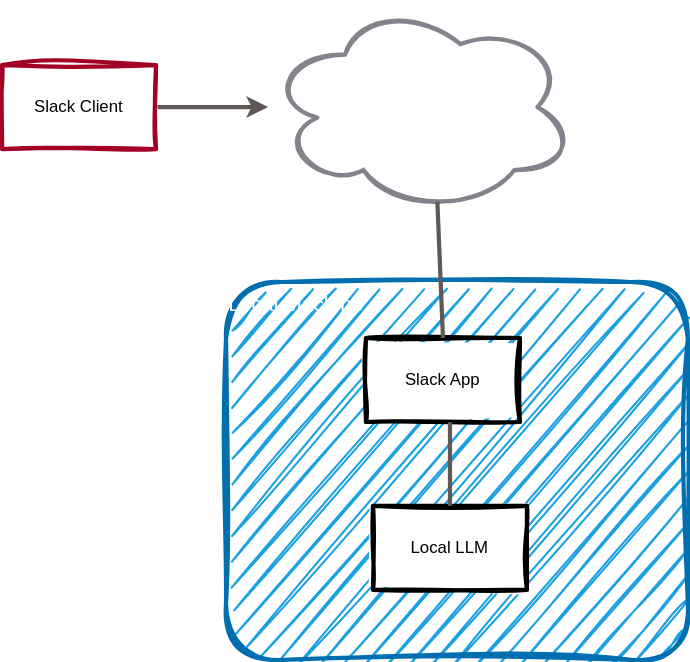
tillg/slack_ai keeps this draw.io diagram as overview.svg. Above is the earlier version. Source tidied: cells renumbered, new cells last; positions are measured from the earlier drawing's top-left corner, leaving out a move shared by most shapes. Source of this version:
```xml
<mxGraphModel>
  <root>
    <mxCell id="0" />
    <mxCell id="1" parent="0" />
    <mxCell id="2" value="Local Machine" style="rounded=1;whiteSpace=wrap;html=1;shadow=0;strokeColor=#006EAF;strokeWidth=3;align=left;verticalAlign=top;sketch=1;curveFitting=1;jiggle=2;fillColor=#1ba1e2;fontColor=#ffffff;fontSize=15;" parent="1" vertex="1">
      <mxGeometry x="160" y="200" width="330" height="270" as="geometry" />
    </mxCell>
    <mxCell id="3" style="edgeStyle=none;html=1;strokeColor=#605757;strokeWidth=3;" parent="1" edge="1" source="4" target="5">
      <mxGeometry relative="1" as="geometry" />
    </mxCell>
    <mxCell id="4" value="Slack Client" style="rounded=0;whiteSpace=wrap;html=1;strokeWidth=3;sketch=1;curveFitting=1;jiggle=2;strokeColor=#a20125;" parent="1" vertex="1">
      <mxGeometry y="45" width="110" height="60" as="geometry" />
    </mxCell>
    <mxCell id="5" style="ellipse;shape=cloud;whiteSpace=wrap;html=1;sketch=1;strokeColor=#85828c;strokeWidth=3;shadow=0;" parent="1" vertex="1">
      <mxGeometry x="190" width="220" height="150" as="geometry" />
    </mxCell>
    <mxCell id="6" value="Slack App" style="rounded=0;whiteSpace=wrap;html=1;strokeWidth=3;sketch=1;curveFitting=1;jiggle=2;" parent="1" vertex="1">
      <mxGeometry x="260" y="240" width="110" height="60" as="geometry" />
    </mxCell>
    <mxCell id="7" style="edgeStyle=none;html=1;strokeColor=#605757;strokeWidth=3;entryX=0.55;entryY=0.95;entryDx=0;entryDy=0;entryPerimeter=0;exitX=0.5;exitY=0;exitDx=0;exitDy=0;endArrow=none;endFill=0;" parent="1" edge="1" source="6" target="5">
      <mxGeometry relative="1" as="geometry" />
    </mxCell>
    <mxCell id="8" value="Local LLM" style="rounded=0;whiteSpace=wrap;html=1;strokeWidth=3;sketch=1;curveFitting=1;jiggle=2;" parent="1" vertex="1">
      <mxGeometry x="265" y="360" width="110" height="60" as="geometry" />
    </mxCell>
    <mxCell id="9" style="edgeStyle=none;html=1;strokeColor=#605757;strokeWidth=3;exitX=0.5;exitY=0;exitDx=0;exitDy=0;endArrow=none;endFill=0;" parent="1" edge="1" source="8">
      <mxGeometry relative="1" as="geometry">
        <mxPoint x="320" y="300" as="targetPoint" />
      </mxGeometry>
    </mxCell>
  </root>
</mxGraphModel>
```
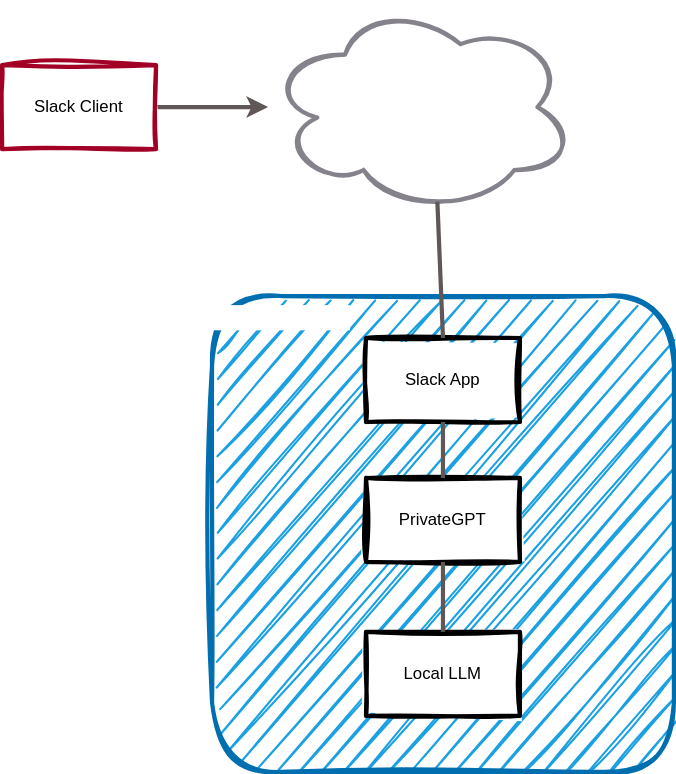
Later version of the same file.

Commit message:
Succesfully using PrivateGPT including searching in documents

Change to the diagram source:
```diff
@@ -2,8 +2,8 @@
   <root>
     <mxCell id="0" />
     <mxCell id="1" parent="0" />
-    <mxCell id="2" value="Local Machine" style="rounded=1;whiteSpace=wrap;html=1;shadow=0;strokeColor=#006EAF;strokeWidth=3;align=left;verticalAlign=top;sketch=1;curveFitting=1;jiggle=2;fillColor=#1ba1e2;fontColor=#ffffff;fontSize=15;" parent="1" vertex="1">
-      <mxGeometry x="160" y="200" width="330" height="270" as="geometry" />
+    <mxCell id="2" value="Local Machine" style="rounded=1;whiteSpace=wrap;html=1;shadow=0;strokeColor=#006EAF;strokeWidth=3;align=left;verticalAlign=top;sketch=1;curveFitting=1;jiggle=2;fillColor=#1ba1e2;fontColor=#ffffff;fontSize=15;labelBackgroundColor=default;" parent="1" vertex="1">
+      <mxGeometry x="150" y="210" width="330" height="340" as="geometry" />
     </mxCell>
     <mxCell id="3" style="edgeStyle=none;html=1;strokeColor=#605757;strokeWidth=3;" parent="1" edge="1" source="4" target="5">
       <mxGeometry relative="1" as="geometry" />
@@ -21,12 +21,16 @@
       <mxGeometry relative="1" as="geometry" />
     </mxCell>
     <mxCell id="8" value="Local LLM" style="rounded=0;whiteSpace=wrap;html=1;strokeWidth=3;sketch=1;curveFitting=1;jiggle=2;" parent="1" vertex="1">
-      <mxGeometry x="265" y="360" width="110" height="60" as="geometry" />
+      <mxGeometry x="260" y="450" width="110" height="60" as="geometry" />
     </mxCell>
-    <mxCell id="9" style="edgeStyle=none;html=1;strokeColor=#605757;strokeWidth=3;exitX=0.5;exitY=0;exitDx=0;exitDy=0;endArrow=none;endFill=0;" parent="1" edge="1" source="8">
-      <mxGeometry relative="1" as="geometry">
-        <mxPoint x="320" y="300" as="targetPoint" />
-      </mxGeometry>
-    </mxCell>
+    <mxCell id="10" value="PrivateGPT" style="rounded=0;whiteSpace=wrap;html=1;strokeWidth=3;sketch=1;curveFitting=1;jiggle=2;" parent="1" vertex="1">
+      <mxGeometry x="260" y="340" width="110" height="60" as="geometry" />
+    </mxCell>
+    <mxCell id="11" style="edgeStyle=none;html=1;strokeColor=#605757;strokeWidth=3;entryX=0.5;entryY=1;entryDx=0;entryDy=0;exitX=0.5;exitY=0;exitDx=0;exitDy=0;endArrow=none;endFill=0;" parent="1" edge="1" source="10" target="6">
+      <mxGeometry relative="1" as="geometry" />
+    </mxCell>
+    <mxCell id="12" style="edgeStyle=none;html=1;strokeColor=#605757;strokeWidth=3;entryX=0.5;entryY=1;entryDx=0;entryDy=0;exitX=0.5;exitY=0;exitDx=0;exitDy=0;endArrow=none;endFill=0;" parent="1" edge="1" source="8" target="10">
+      <mxGeometry relative="1" as="geometry" />
+    </mxCell>
   </root>
 </mxGraphModel>
```
